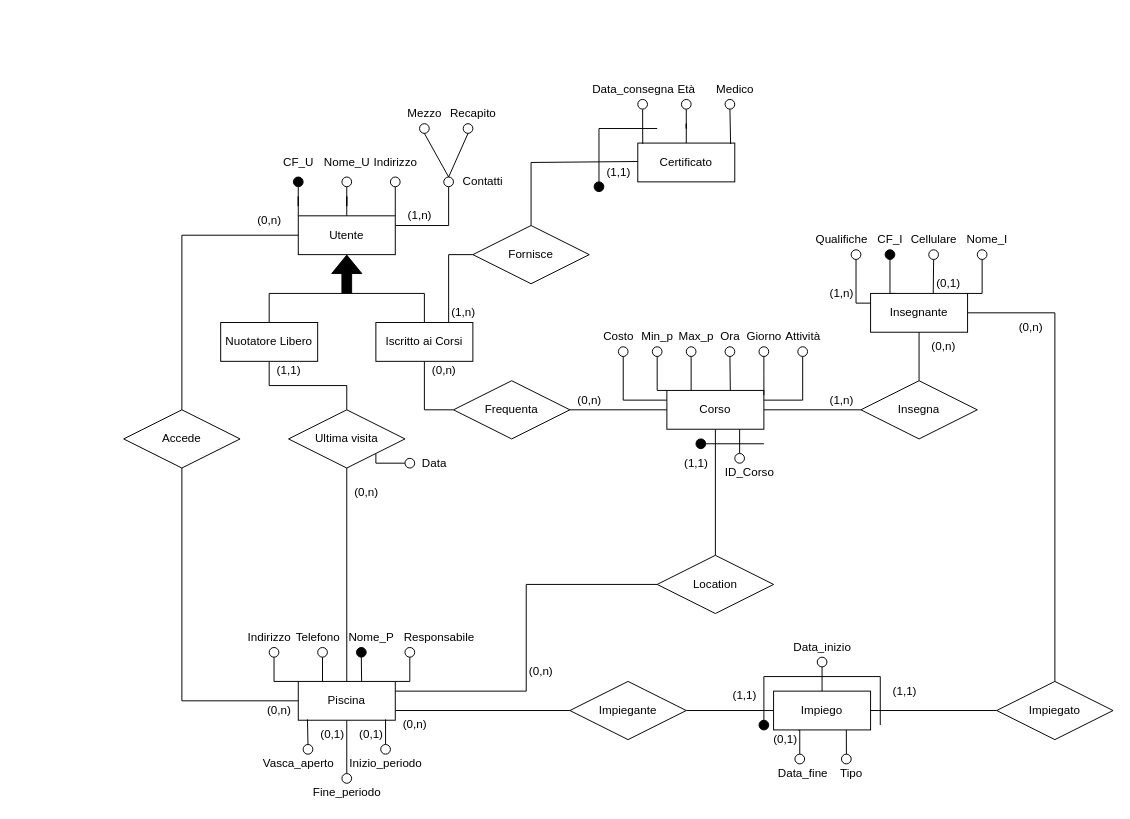
Above: ER Diagrams/logic diagram.drawio in fra-dln/PiscineComunali (draw.io), before the change. Source tidied: cells renumbered, new cells numbered last; positions are measured from the earlier drawing's top-left corner, leaving out a move shared by most shapes. Both pictures are drawn from the tidied source at 97%, with x=0, y=0 at pixel (123, 80).
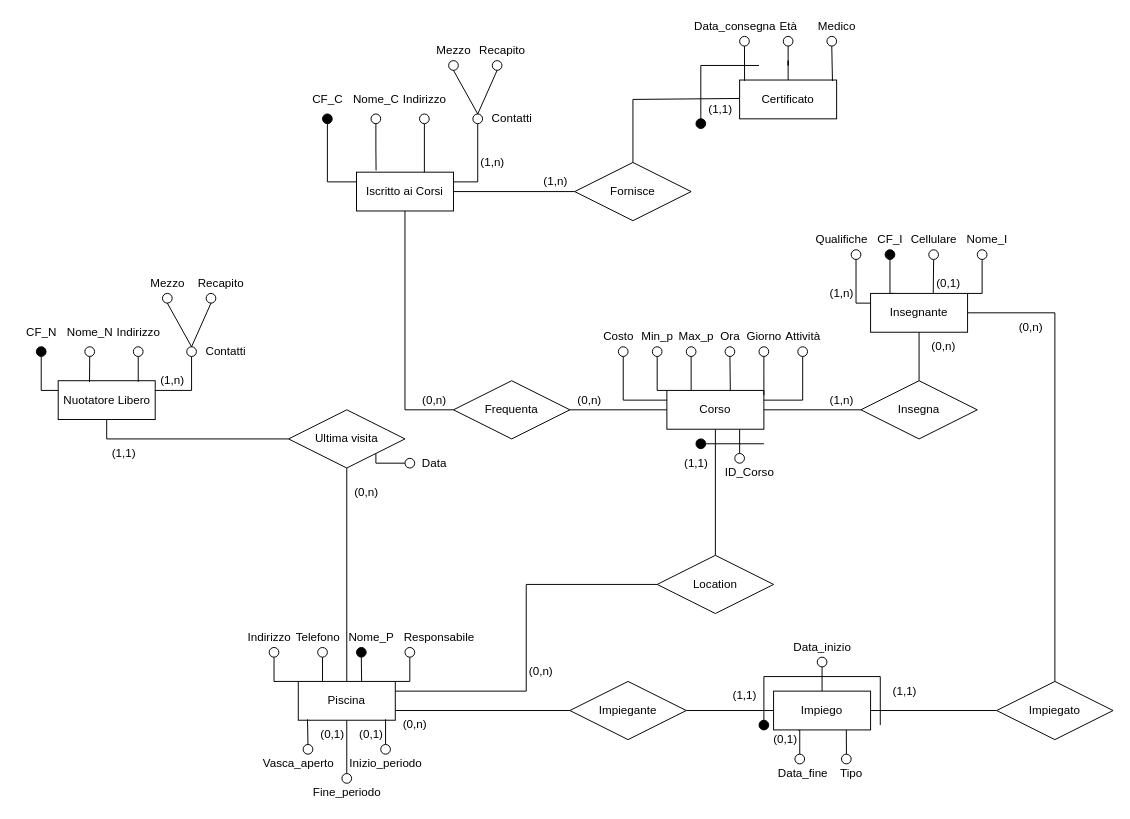
After the change.

The change refers to these unchanged cells:
```xml
<mxCell id="23" value="Frequenta" style="shape=rhombus;perimeter=rhombusPerimeter;whiteSpace=wrap;html=1;align=center;" parent="1" vertex="1">
  <mxGeometry x="340" y="310" width="120" height="60" as="geometry" />
</mxCell>
<mxCell id="34" value="Piscina" style="whiteSpace=wrap;html=1;align=center;" parent="1" vertex="1">
  <mxGeometry x="180" y="620" width="100" height="40" as="geometry" />
</mxCell>
<mxCell id="37" value="Ultima visita" style="shape=rhombus;perimeter=rhombusPerimeter;whiteSpace=wrap;html=1;align=center;" parent="1" vertex="1">
  <mxGeometry x="170" y="340" width="120" height="60" as="geometry" />
</mxCell>
```

The edit, as a diff of the source:
```diff
@@
-    <mxCell id="2" style="edgeStyle=orthogonalEdgeStyle;rounded=0;jettySize=auto;html=1;exitX=0;exitY=0.5;exitDx=0;exitDy=0;endArrow=none;endFill=0;fillColor=#000000;" parent="1" edge="1" source="6" target="39">
-      <mxGeometry relative="1" as="geometry" />
-    </mxCell>
-    <mxCell id="3" style="edgeStyle=orthogonalEdgeStyle;rounded=0;jettySize=auto;html=1;exitX=0;exitY=0;exitDx=0;exitDy=0;endArrow=none;endFill=0;fillColor=#000000;" parent="1" edge="1" source="6" target="73">
-      <mxGeometry relative="1" as="geometry" />
-    </mxCell>
-    <mxCell id="4" style="edgeStyle=orthogonalEdgeStyle;rounded=0;jettySize=auto;html=1;exitX=1;exitY=0;exitDx=0;exitDy=0;entryX=0.5;entryY=1;entryDx=0;entryDy=0;endArrow=none;endFill=0;fillColor=#000000;" parent="1" edge="1" source="6" target="77">
-      <mxGeometry relative="1" as="geometry" />
-    </mxCell>
-    <mxCell id="5" style="edgeStyle=orthogonalEdgeStyle;rounded=0;jettySize=auto;html=1;exitX=1;exitY=0.25;exitDx=0;exitDy=0;entryX=0.5;entryY=1;entryDx=0;entryDy=0;endArrow=none;endFill=0;fillColor=#000000;" parent="1" edge="1" source="6" target="80">
-      <mxGeometry relative="1" as="geometry" />
-    </mxCell>
-    <mxCell id="6" value="Utente" style="whiteSpace=wrap;html=1;align=center;" parent="1" vertex="1">
-      <mxGeometry x="180" y="140" width="100" height="40" as="geometry" />
-    </mxCell>
     <mxCell id="7" style="edgeStyle=orthogonalEdgeStyle;rounded=0;jettySize=auto;html=1;exitX=0.5;exitY=0;exitDx=0;exitDy=0;entryX=1;entryY=-0.05;entryDx=0;entryDy=0;endArrow=none;endFill=0;fillColor=#000000;entryPerimeter=0;" parent="1" edge="1" source="8" target="142">
       <mxGeometry relative="1" as="geometry">
         <Array as="points">
-          <mxPoint x="420" y="85" />
-          <mxPoint x="530" y="85" />
+          <mxPoint x="525" y="20" />
+          <mxPoint x="635" y="20" />
         </Array>
       </mxGeometry>
     </mxCell>
     <mxCell id="8" value="Fornisce" style="shape=rhombus;perimeter=rhombusPerimeter;whiteSpace=wrap;html=1;align=center;" parent="1" vertex="1">
-      <mxGeometry x="360" y="150" width="120" height="60" as="geometry" />
+      <mxGeometry x="465" y="85" width="120" height="60" as="geometry" />
     </mxCell>
-    <mxCell id="9" style="shape=flexArrow;endArrow=classic;html=1;rounded=0;entryX=0.5;entryY=1;entryDx=0;entryDy=0;fillColor=#000000;" parent="1" edge="1" target="6">
-      <mxGeometry relative="1" as="geometry">
-        <mxPoint x="230" y="220" as="sourcePoint" />
-      </mxGeometry>
-    </mxCell>
-    <mxCell id="10" style="endArrow=none;html=1;rounded=0;fillColor=#000000;" parent="1" edge="1">
-      <mxGeometry relative="1" as="geometry">
-        <mxPoint x="150" y="220" as="sourcePoint" />
-        <mxPoint x="310" y="220" as="targetPoint" />
-      </mxGeometry>
-    </mxCell>
-    <mxCell id="11" style="edgeStyle=orthogonalEdgeStyle;rounded=0;jettySize=auto;html=1;exitX=0.5;exitY=0;exitDx=0;exitDy=0;fillColor=#000000;endArrow=none;endFill=0;" parent="1" edge="1" source="13">
-      <mxGeometry relative="1" as="geometry">
-        <mxPoint x="150" y="220" as="targetPoint" />
-      </mxGeometry>
-    </mxCell>
-    <mxCell id="12" style="edgeStyle=orthogonalEdgeStyle;rounded=0;jettySize=auto;html=1;exitX=0.5;exitY=1;exitDx=0;exitDy=0;entryX=0.5;entryY=0;entryDx=0;entryDy=0;endArrow=none;endFill=0;fillColor=#000000;" parent="1" edge="1" source="13" target="37">
+    <mxCell id="12" style="edgeStyle=orthogonalEdgeStyle;rounded=0;jettySize=auto;html=1;exitX=0.5;exitY=1;exitDx=0;exitDy=0;endArrow=none;endFill=0;fillColor=#000000;" parent="1" edge="1" source="13" target="37">
       <mxGeometry relative="1" as="geometry" />
     </mxCell>
     <mxCell id="13" value="Nuotatore Libero" style="whiteSpace=wrap;html=1;align=center;" parent="1" vertex="1">
-      <mxGeometry x="100" y="250" width="100" height="40" as="geometry" />
+      <mxGeometry x="-67.5" y="310" width="100" height="40" as="geometry" />
     </mxCell>
-    <mxCell id="14" style="edgeStyle=orthogonalEdgeStyle;rounded=0;jettySize=auto;html=1;exitX=0.5;exitY=0;exitDx=0;exitDy=0;endArrow=none;endFill=0;fillColor=#000000;" parent="1" edge="1" source="17">
-      <mxGeometry relative="1" as="geometry">
-        <mxPoint x="310" y="220" as="targetPoint" />
-      </mxGeometry>
-    </mxCell>
+    <mxCell id="16" style="edgeStyle=orthogonalEdgeStyle;rounded=0;jettySize=auto;html=1;exitX=0.5;exitY=1;exitDx=0;exitDy=0;entryX=0;entryY=0.5;entryDx=0;entryDy=0;endArrow=none;endFill=0;fillColor=#000000;" parent="1" edge="1" source="17" target="23">
+      <mxGeometry relative="1" as="geometry" />
+    </mxCell>
-    <mxCell id="15" style="edgeStyle=orthogonalEdgeStyle;rounded=0;jettySize=auto;html=1;exitX=0.75;exitY=0;exitDx=0;exitDy=0;entryX=0;entryY=0.5;entryDx=0;entryDy=0;endArrow=none;endFill=0;fillColor=#000000;" parent="1" edge="1" source="17" target="8">
+    <mxCell id="15" style="edgeStyle=orthogonalEdgeStyle;rounded=0;jettySize=auto;html=1;exitX=1;exitY=0.5;exitDx=0;exitDy=0;entryX=0;entryY=0.5;entryDx=0;entryDy=0;endArrow=none;endFill=0;" parent="1" edge="1" source="17" target="8">
       <mxGeometry relative="1" as="geometry" />
     </mxCell>
-    <mxCell id="16" style="edgeStyle=orthogonalEdgeStyle;rounded=0;jettySize=auto;html=1;exitX=0.5;exitY=1;exitDx=0;exitDy=0;entryX=0;entryY=0.5;entryDx=0;entryDy=0;endArrow=none;endFill=0;fillColor=#000000;" parent="1" edge="1" source="17" target="23">
-      <mxGeometry relative="1" as="geometry" />
-    </mxCell>
     <mxCell id="17" value="Iscritto ai Corsi" style="whiteSpace=wrap;html=1;align=center;" parent="1" vertex="1">
-      <mxGeometry x="260" y="250" width="100" height="40" as="geometry" />
+      <mxGeometry x="240" y="95" width="100" height="40" as="geometry" />
     </mxCell>
@@
-    <mxCell id="38" style="edgeStyle=orthogonalEdgeStyle;rounded=0;jettySize=auto;html=1;exitX=0.5;exitY=1;exitDx=0;exitDy=0;entryX=0;entryY=0.5;entryDx=0;entryDy=0;endArrow=none;endFill=0;fillColor=#000000;" parent="1" edge="1" source="39" target="34">
-      <mxGeometry relative="1" as="geometry" />
-    </mxCell>
-    <mxCell id="39" value="Accede" style="shape=rhombus;perimeter=rhombusPerimeter;whiteSpace=wrap;html=1;align=center;" parent="1" vertex="1">
-      <mxGeometry y="340" width="120" height="60" as="geometry" />
-    </mxCell>
@@
     <mxCell id="51" value="(1,n)" style="text;html=1;align=center;verticalAlign=middle;strokeColor=none;fillColor=none;" parent="1" vertex="1">
-      <mxGeometry x="330" y="230" width="40" height="20" as="geometry" />
+      <mxGeometry x="425" y="95" width="40" height="20" as="geometry" />
     </mxCell>
     <mxCell id="52" value="(1,1)" style="text;html=1;align=center;verticalAlign=middle;strokeColor=none;fillColor=none;" parent="1" vertex="1">
-      <mxGeometry x="150" y="290" width="40" height="20" as="geometry" />
+      <mxGeometry x="-20" y="375" width="40" height="20" as="geometry" />
     </mxCell>
@@
-    <mxCell id="56" value="(0,n)" style="text;html=1;align=center;verticalAlign=middle;strokeColor=none;fillColor=none;" parent="1" vertex="1">
-      <mxGeometry x="130" y="135" width="40" height="20" as="geometry" />
-    </mxCell>
-    <mxCell id="57" value="(0,n)" style="text;html=1;align=center;verticalAlign=middle;strokeColor=none;fillColor=none;" parent="1" vertex="1">
-      <mxGeometry x="140" y="640" width="40" height="20" as="geometry" />
-    </mxCell>
@@
-    <mxCell id="73" style="ellipse;whiteSpace=wrap;html=1;fillColor=#000000;" parent="1" vertex="1">
-      <mxGeometry x="175" y="100" width="10" height="10" as="geometry" />
-    </mxCell>
-    <mxCell id="74" style="edgeStyle=orthogonalEdgeStyle;rounded=0;jettySize=auto;html=1;endArrow=none;endFill=0;fillColor=#000000;" parent="1" edge="1" source="75" target="6">
-      <mxGeometry relative="1" as="geometry" />
-    </mxCell>
-    <mxCell id="75" style="ellipse;whiteSpace=wrap;html=1;" parent="1" vertex="1">
-      <mxGeometry x="225" y="100" width="10" height="10" as="geometry" />
-    </mxCell>
-    <mxCell id="76" value="CF_U" style="text;html=1;align=center;verticalAlign=middle;strokeColor=none;fillColor=none;" parent="1" vertex="1">
-      <mxGeometry x="155" y="75" width="50" height="20" as="geometry" />
-    </mxCell>
-    <mxCell id="77" style="ellipse;whiteSpace=wrap;html=1;" parent="1" vertex="1">
-      <mxGeometry x="275" y="100" width="10" height="10" as="geometry" />
-    </mxCell>
-    <mxCell id="78" value="Nome_U" style="text;html=1;align=center;verticalAlign=middle;strokeColor=none;fillColor=none;" parent="1" vertex="1">
-      <mxGeometry x="200" y="75" width="60" height="20" as="geometry" />
-    </mxCell>
-    <mxCell id="79" value="Indirizzo" style="text;html=1;align=center;verticalAlign=middle;strokeColor=none;fillColor=none;" parent="1" vertex="1">
-      <mxGeometry x="250" y="75" width="60" height="20" as="geometry" />
-    </mxCell>
-    <mxCell id="80" style="ellipse;whiteSpace=wrap;html=1;" parent="1" vertex="1">
-      <mxGeometry x="330" y="100" width="10" height="10" as="geometry" />
-    </mxCell>
-    <mxCell id="81" value="Contatti" style="text;html=1;align=center;verticalAlign=middle;strokeColor=none;fillColor=none;" parent="1" vertex="1">
-      <mxGeometry x="340" y="95" width="60" height="20" as="geometry" />
-    </mxCell>
-    <mxCell id="82" style="ellipse;whiteSpace=wrap;html=1;" parent="1" vertex="1">
-      <mxGeometry x="305" y="45" width="10" height="10" as="geometry" />
-    </mxCell>
-    <mxCell id="83" style="ellipse;whiteSpace=wrap;html=1;" parent="1" vertex="1">
-      <mxGeometry x="350" y="45" width="10" height="10" as="geometry" />
-    </mxCell>
-    <mxCell id="84" style="endArrow=none;html=1;rounded=0;fillColor=#000000;exitX=0.5;exitY=0;exitDx=0;exitDy=0;entryX=0.5;entryY=1;entryDx=0;entryDy=0;" parent="1" edge="1" source="80" target="83">
-      <mxGeometry relative="1" as="geometry" />
-    </mxCell>
-    <mxCell id="85" style="endArrow=none;html=1;rounded=0;fillColor=#000000;exitX=0.5;exitY=0;exitDx=0;exitDy=0;" parent="1" edge="1" source="80">
-      <mxGeometry relative="1" as="geometry">
-        <mxPoint x="310" y="55" as="targetPoint" />
-      </mxGeometry>
-    </mxCell>
-    <mxCell id="86" value="Mezzo" style="text;html=1;align=center;verticalAlign=middle;strokeColor=none;fillColor=none;" parent="1" vertex="1">
-      <mxGeometry x="285" y="25" width="50" height="20" as="geometry" />
-    </mxCell>
-    <mxCell id="87" value="Recapito" style="text;html=1;align=center;verticalAlign=middle;strokeColor=none;fillColor=none;" parent="1" vertex="1">
-      <mxGeometry x="330" y="25" width="60" height="20" as="geometry" />
-    </mxCell>
-    <mxCell id="88" value="(1,n)" style="text;html=1;align=center;verticalAlign=middle;strokeColor=none;fillColor=none;" parent="1" vertex="1">
-      <mxGeometry x="285" y="130" width="40" height="20" as="geometry" />
-    </mxCell>
@@
     <mxCell id="125" value="(0,n)" style="text;html=1;align=center;verticalAlign=middle;strokeColor=none;fillColor=none;" parent="1" vertex="1">
-      <mxGeometry x="310" y="290" width="40" height="20" as="geometry" />
+      <mxGeometry x="300" y="320" width="40" height="20" as="geometry" />
     </mxCell>
@@
     <mxCell id="135" value="Certificato" style="whiteSpace=wrap;html=1;align=center;" parent="1" vertex="1">
-      <mxGeometry x="530" y="65" width="100" height="40" as="geometry" />
+      <mxGeometry x="635" width="100" height="40" as="geometry" />
     </mxCell>
@@
     <mxCell id="137" style="ellipse;whiteSpace=wrap;html=1;" parent="1" vertex="1">
-      <mxGeometry x="575" y="20" width="10" height="10" as="geometry" />
+      <mxGeometry x="680" y="-45" width="10" height="10" as="geometry" />
     </mxCell>
@@
     <mxCell id="139" style="ellipse;whiteSpace=wrap;html=1;" parent="1" vertex="1">
-      <mxGeometry x="620" y="20" width="10" height="10" as="geometry" />
+      <mxGeometry x="725" y="-45" width="10" height="10" as="geometry" />
     </mxCell>
     <mxCell id="140" value="Medico" style="text;html=1;align=center;verticalAlign=middle;strokeColor=none;fillColor=none;" parent="1" vertex="1">
-      <mxGeometry x="605" width="50" height="20" as="geometry" />
+      <mxGeometry x="710" y="-65" width="50" height="20" as="geometry" />
     </mxCell>
     <mxCell id="141" value="Età" style="text;html=1;align=center;verticalAlign=middle;strokeColor=none;fillColor=none;" parent="1" vertex="1">
-      <mxGeometry x="565" width="30" height="20" as="geometry" />
+      <mxGeometry x="670" y="-65" width="30" height="20" as="geometry" />
     </mxCell>
     <mxCell id="142" value="(1,1)" style="text;html=1;align=center;verticalAlign=middle;points=[];strokeColor=none;fillColor=none;" parent="1" vertex="1">
-      <mxGeometry x="490" y="85" width="40" height="20" as="geometry" />
+      <mxGeometry x="595" y="20" width="40" height="20" as="geometry" />
     </mxCell>
@@
     <mxCell id="144" style="ellipse;whiteSpace=wrap;html=1;" parent="1" vertex="1">
-      <mxGeometry x="530" y="20" width="10" height="10" as="geometry" />
+      <mxGeometry x="635" y="-45" width="10" height="10" as="geometry" />
     </mxCell>
     <mxCell id="145" value="Data_consegna" style="text;html=1;align=center;verticalAlign=middle;strokeColor=none;fillColor=none;" parent="1" vertex="1">
-      <mxGeometry x="475" width="100" height="20" as="geometry" />
+      <mxGeometry x="580" y="-65" width="100" height="20" as="geometry" />
     </mxCell>
     <mxCell id="146" style="endArrow=none;html=1;rounded=0;" parent="1" edge="1">
       <mxGeometry relative="1" as="geometry">
-        <mxPoint x="490" y="110" as="sourcePoint" />
-        <mxPoint x="490" y="50" as="targetPoint" />
+        <mxPoint x="595" y="45" as="sourcePoint" />
+        <mxPoint x="595" y="-15" as="targetPoint" />
       </mxGeometry>
     </mxCell>
     <mxCell id="147" style="endArrow=none;html=1;rounded=0;" parent="1" edge="1">
       <mxGeometry relative="1" as="geometry">
-        <mxPoint x="550" y="50" as="sourcePoint" />
-        <mxPoint x="490" y="50" as="targetPoint" />
+        <mxPoint x="655" y="-15" as="sourcePoint" />
+        <mxPoint x="595" y="-15" as="targetPoint" />
       </mxGeometry>
     </mxCell>
     <mxCell id="148" style="ellipse;whiteSpace=wrap;html=1;fillColor=#000000;" parent="1" vertex="1">
-      <mxGeometry x="485" y="105" width="10" height="10" as="geometry" />
+      <mxGeometry x="590" y="40" width="10" height="10" as="geometry" />
     </mxCell>
@@
+    <mxCell id="162" style="edgeStyle=orthogonalEdgeStyle;rounded=0;jettySize=auto;html=1;exitX=0.5;exitY=1;exitDx=0;exitDy=0;entryX=0;entryY=0.25;entryDx=0;entryDy=0;endArrow=none;endFill=0;" parent="1" edge="1" source="163" target="17">
+      <mxGeometry relative="1" as="geometry" />
+    </mxCell>
+    <mxCell id="163" style="ellipse;whiteSpace=wrap;html=1;fillColor=#000000;" parent="1" vertex="1">
+      <mxGeometry x="205" y="35" width="10" height="10" as="geometry" />
+    </mxCell>
+    <mxCell id="164" style="edgeStyle=orthogonalEdgeStyle;rounded=0;jettySize=auto;html=1;exitX=0.5;exitY=1;exitDx=0;exitDy=0;entryX=0.202;entryY=-0.044;entryDx=0;entryDy=0;entryPerimeter=0;endArrow=none;endFill=0;" parent="1" edge="1" source="165" target="17">
+      <mxGeometry relative="1" as="geometry" />
+    </mxCell>
+    <mxCell id="165" style="ellipse;whiteSpace=wrap;html=1;" parent="1" vertex="1">
+      <mxGeometry x="255" y="35" width="10" height="10" as="geometry" />
+    </mxCell>
+    <mxCell id="166" value="CF_C" style="text;html=1;align=center;verticalAlign=middle;strokeColor=none;fillColor=none;" parent="1" vertex="1">
+      <mxGeometry x="185" y="10" width="50" height="20" as="geometry" />
+    </mxCell>
+    <mxCell id="167" style="edgeStyle=orthogonalEdgeStyle;rounded=0;jettySize=auto;html=1;exitX=0.5;exitY=1;exitDx=0;exitDy=0;entryX=0.7;entryY=0;entryDx=0;entryDy=0;entryPerimeter=0;endArrow=none;endFill=0;" parent="1" edge="1" source="168" target="17">
+      <mxGeometry relative="1" as="geometry" />
+    </mxCell>
+    <mxCell id="168" style="ellipse;whiteSpace=wrap;html=1;" parent="1" vertex="1">
+      <mxGeometry x="305" y="35" width="10" height="10" as="geometry" />
+    </mxCell>
+    <mxCell id="169" value="Nome_C" style="text;html=1;align=center;verticalAlign=middle;strokeColor=none;fillColor=none;" parent="1" vertex="1">
+      <mxGeometry x="230" y="10" width="60" height="20" as="geometry" />
+    </mxCell>
+    <mxCell id="170" value="Indirizzo" style="text;html=1;align=center;verticalAlign=middle;strokeColor=none;fillColor=none;" parent="1" vertex="1">
+      <mxGeometry x="280" y="10" width="60" height="20" as="geometry" />
+    </mxCell>
+    <mxCell id="171" style="edgeStyle=orthogonalEdgeStyle;rounded=0;jettySize=auto;html=1;exitX=0.5;exitY=1;exitDx=0;exitDy=0;entryX=1;entryY=0.25;entryDx=0;entryDy=0;endArrow=none;endFill=0;" parent="1" edge="1" source="172" target="17">
+      <mxGeometry relative="1" as="geometry" />
+    </mxCell>
+    <mxCell id="172" style="ellipse;whiteSpace=wrap;html=1;" parent="1" vertex="1">
+      <mxGeometry x="360" y="35" width="10" height="10" as="geometry" />
+    </mxCell>
+    <mxCell id="173" value="Contatti" style="text;html=1;align=center;verticalAlign=middle;strokeColor=none;fillColor=none;" parent="1" vertex="1">
+      <mxGeometry x="370" y="30" width="60" height="20" as="geometry" />
+    </mxCell>
+    <mxCell id="174" style="ellipse;whiteSpace=wrap;html=1;" parent="1" vertex="1">
+      <mxGeometry x="335" y="-20" width="10" height="10" as="geometry" />
+    </mxCell>
+    <mxCell id="175" style="ellipse;whiteSpace=wrap;html=1;" parent="1" vertex="1">
+      <mxGeometry x="380" y="-20" width="10" height="10" as="geometry" />
+    </mxCell>
+    <mxCell id="176" style="endArrow=none;html=1;rounded=0;fillColor=#000000;exitX=0.5;exitY=0;exitDx=0;exitDy=0;entryX=0.5;entryY=1;entryDx=0;entryDy=0;" parent="1" edge="1" source="172" target="175">
+      <mxGeometry relative="1" as="geometry" />
+    </mxCell>
+    <mxCell id="177" style="endArrow=none;html=1;rounded=0;fillColor=#000000;exitX=0.5;exitY=0;exitDx=0;exitDy=0;" parent="1" edge="1" source="172">
+      <mxGeometry relative="1" as="geometry">
+        <mxPoint x="340" y="-10" as="targetPoint" />
+      </mxGeometry>
+    </mxCell>
+    <mxCell id="178" value="Mezzo" style="text;html=1;align=center;verticalAlign=middle;strokeColor=none;fillColor=none;" parent="1" vertex="1">
+      <mxGeometry x="315" y="-40" width="50" height="20" as="geometry" />
+    </mxCell>
+    <mxCell id="179" value="Recapito" style="text;html=1;align=center;verticalAlign=middle;strokeColor=none;fillColor=none;" parent="1" vertex="1">
+      <mxGeometry x="360" y="-40" width="60" height="20" as="geometry" />
+    </mxCell>
+    <mxCell id="180" value="(1,n)" style="text;html=1;align=center;verticalAlign=middle;strokeColor=none;fillColor=none;" parent="1" vertex="1">
+      <mxGeometry x="360" y="75" width="40" height="20" as="geometry" />
+    </mxCell>
+    <mxCell id="181" style="edgeStyle=orthogonalEdgeStyle;rounded=0;jettySize=auto;html=1;exitX=0.5;exitY=1;exitDx=0;exitDy=0;entryX=0;entryY=0.25;entryDx=0;entryDy=0;endArrow=none;endFill=0;" parent="1" edge="1" source="182" target="13">
+      <mxGeometry relative="1" as="geometry">
+        <Array as="points">
+          <mxPoint x="-85.5" y="320" />
+        </Array>
+      </mxGeometry>
+    </mxCell>
+    <mxCell id="182" style="ellipse;whiteSpace=wrap;html=1;fillColor=#000000;" parent="1" vertex="1">
+      <mxGeometry x="-90" y="275" width="10" height="10" as="geometry" />
+    </mxCell>
+    <mxCell id="183" style="edgeStyle=orthogonalEdgeStyle;rounded=0;jettySize=auto;html=1;exitX=0.5;exitY=1;exitDx=0;exitDy=0;entryX=0.323;entryY=0.035;entryDx=0;entryDy=0;entryPerimeter=0;endArrow=none;endFill=0;" parent="1" edge="1" source="184" target="13">
+      <mxGeometry relative="1" as="geometry" />
+    </mxCell>
+    <mxCell id="184" style="ellipse;whiteSpace=wrap;html=1;" parent="1" vertex="1">
+      <mxGeometry x="-40" y="275" width="10" height="10" as="geometry" />
+    </mxCell>
+    <mxCell id="185" value="CF_N" style="text;html=1;align=center;verticalAlign=middle;strokeColor=none;fillColor=none;" parent="1" vertex="1">
+      <mxGeometry x="-110" y="250" width="50" height="20" as="geometry" />
+    </mxCell>
+    <mxCell id="186" style="edgeStyle=orthogonalEdgeStyle;rounded=0;jettySize=auto;html=1;exitX=0.5;exitY=1;exitDx=0;exitDy=0;entryX=0.825;entryY=0.027;entryDx=0;entryDy=0;entryPerimeter=0;endArrow=none;endFill=0;" parent="1" edge="1" source="187" target="13">
+      <mxGeometry relative="1" as="geometry" />
+    </mxCell>
+    <mxCell id="187" style="ellipse;whiteSpace=wrap;html=1;" parent="1" vertex="1">
+      <mxGeometry x="10" y="275" width="10" height="10" as="geometry" />
+    </mxCell>
+    <mxCell id="188" value="Nome_N" style="text;html=1;align=center;verticalAlign=middle;strokeColor=none;fillColor=none;" parent="1" vertex="1">
+      <mxGeometry x="-65" y="250" width="60" height="20" as="geometry" />
+    </mxCell>
+    <mxCell id="189" value="Indirizzo" style="text;html=1;align=center;verticalAlign=middle;strokeColor=none;fillColor=none;" parent="1" vertex="1">
+      <mxGeometry x="-15" y="250" width="60" height="20" as="geometry" />
+    </mxCell>
+    <mxCell id="190" style="edgeStyle=orthogonalEdgeStyle;rounded=0;jettySize=auto;html=1;exitX=0.5;exitY=1;exitDx=0;exitDy=0;entryX=1;entryY=0.25;entryDx=0;entryDy=0;endArrow=none;endFill=0;" parent="1" edge="1" source="191" target="13">
+      <mxGeometry relative="1" as="geometry" />
+    </mxCell>
+    <mxCell id="191" style="ellipse;whiteSpace=wrap;html=1;" parent="1" vertex="1">
+      <mxGeometry x="65" y="275" width="10" height="10" as="geometry" />
+    </mxCell>
+    <mxCell id="192" value="Contatti" style="text;html=1;align=center;verticalAlign=middle;strokeColor=none;fillColor=none;" parent="1" vertex="1">
+      <mxGeometry x="75" y="270" width="60" height="20" as="geometry" />
+    </mxCell>
+    <mxCell id="193" style="ellipse;whiteSpace=wrap;html=1;" parent="1" vertex="1">
+      <mxGeometry x="40" y="220" width="10" height="10" as="geometry" />
+    </mxCell>
+    <mxCell id="194" style="ellipse;whiteSpace=wrap;html=1;" parent="1" vertex="1">
+      <mxGeometry x="85" y="220" width="10" height="10" as="geometry" />
+    </mxCell>
+    <mxCell id="195" style="endArrow=none;html=1;rounded=0;fillColor=#000000;exitX=0.5;exitY=0;exitDx=0;exitDy=0;entryX=0.5;entryY=1;entryDx=0;entryDy=0;" parent="1" edge="1" source="191" target="194">
+      <mxGeometry relative="1" as="geometry" />
+    </mxCell>
+    <mxCell id="196" style="endArrow=none;html=1;rounded=0;fillColor=#000000;exitX=0.5;exitY=0;exitDx=0;exitDy=0;" parent="1" edge="1" source="191">
+      <mxGeometry relative="1" as="geometry">
+        <mxPoint x="45" y="230" as="targetPoint" />
+      </mxGeometry>
+    </mxCell>
+    <mxCell id="197" value="Mezzo" style="text;html=1;align=center;verticalAlign=middle;strokeColor=none;fillColor=none;" parent="1" vertex="1">
+      <mxGeometry x="20" y="200" width="50" height="20" as="geometry" />
+    </mxCell>
+    <mxCell id="198" value="Recapito" style="text;html=1;align=center;verticalAlign=middle;strokeColor=none;fillColor=none;" parent="1" vertex="1">
+      <mxGeometry x="70" y="200" width="60" height="20" as="geometry" />
+    </mxCell>
+    <mxCell id="199" value="(1,n)" style="text;html=1;align=center;verticalAlign=middle;strokeColor=none;fillColor=none;" parent="1" vertex="1">
+      <mxGeometry x="30" y="300" width="40" height="20" as="geometry" />
+    </mxCell>
```
